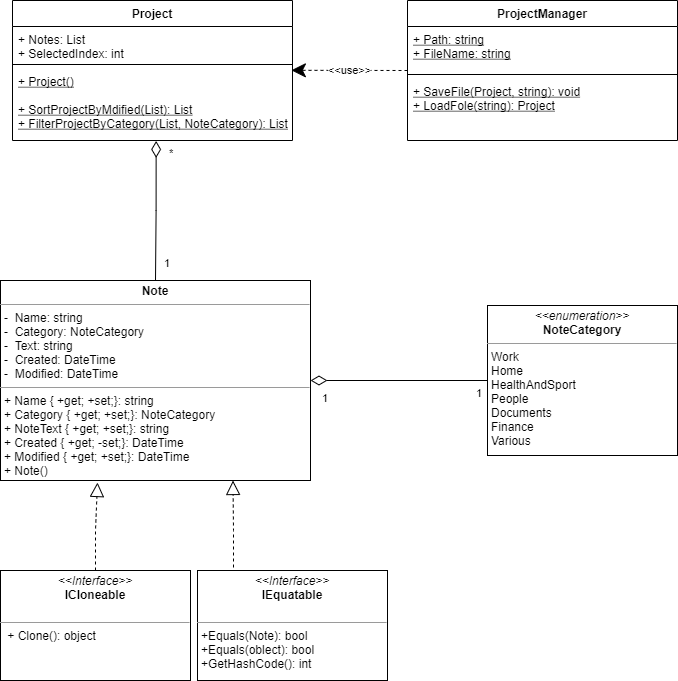
Before: doc/ClassesDiagram.png, a diagram exported from draw.io (CyberAndrey77/NoteAppNTVP). Source tidied: cells renumbered, new cells last; positions are measured from the earlier drawing's top-left corner, leaving out a move shared by most shapes.
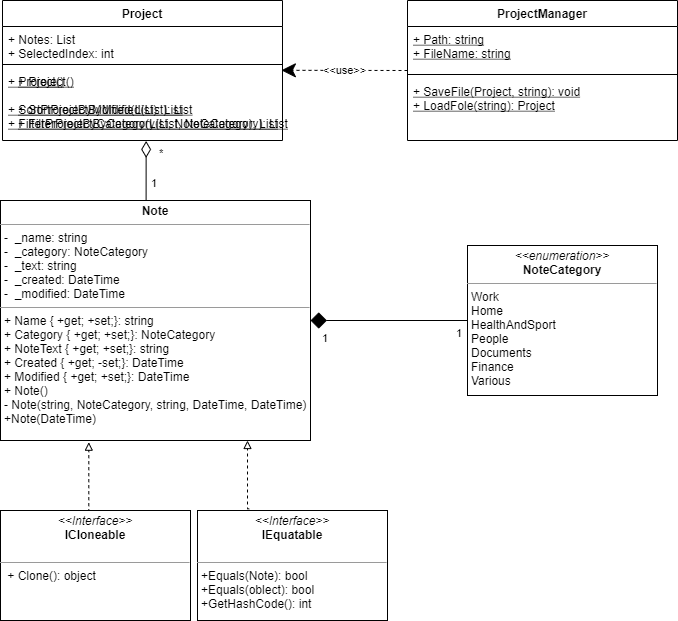
Above is the later version.

The edit, as a diff of the source:
```diff
@@ -2,17 +2,26 @@
   <root>
     <mxCell id="0" />
     <mxCell id="1" parent="0" />
-    <mxCell id="2" value="&lt;p style=&quot;margin: 0px ; margin-top: 4px ; text-align: center&quot;&gt;&lt;b&gt;Note&lt;/b&gt;&lt;/p&gt;&lt;hr size=&quot;1&quot;&gt;&lt;p style=&quot;margin: 0px ; margin-left: 4px&quot;&gt;-&amp;nbsp; Name: string&lt;/p&gt;&lt;p style=&quot;margin: 0px ; margin-left: 4px&quot;&gt;-&amp;nbsp; Category: NoteCategory&lt;br&gt;&lt;/p&gt;&lt;p style=&quot;margin: 0px ; margin-left: 4px&quot;&gt;-&amp;nbsp; Text: string&lt;br&gt;&lt;/p&gt;&lt;p style=&quot;margin: 0px ; margin-left: 4px&quot;&gt;-&amp;nbsp; Created: DateTime&lt;/p&gt;&lt;p style=&quot;margin: 0px ; margin-left: 4px&quot;&gt;-&amp;nbsp; Modified: DateTime&lt;/p&gt;&lt;hr size=&quot;1&quot;&gt;&lt;p style=&quot;margin: 0px 0px 0px 4px&quot;&gt;+ Name { +get; +set;}: string&lt;/p&gt;&lt;p style=&quot;margin: 0px 0px 0px 4px&quot;&gt;+ Category { +get; +set;}: NoteCategory&lt;/p&gt;&lt;p style=&quot;margin: 0px 0px 0px 4px&quot;&gt;+ NoteText { +get; +set;}: string&lt;/p&gt;&lt;p style=&quot;margin: 0px 0px 0px 4px&quot;&gt;+ Created { +get; -set;}: DateTime&lt;/p&gt;&lt;p style=&quot;margin: 0px 0px 0px 4px&quot;&gt;+ Modified { +get; +set;}: DateTime&lt;/p&gt;&lt;p style=&quot;margin: 0px 0px 0px 4px&quot;&gt;+ Note()&lt;/p&gt;&lt;p style=&quot;margin: 0px 0px 0px 4px&quot;&gt;- Note(string, NoteCategory, string, DateTime, DateTime)&lt;/p&gt;&lt;p style=&quot;margin: 0px 0px 0px 4px&quot;&gt;+Note(DateTime)&lt;/p&gt;&lt;p style=&quot;margin: 0px 0px 0px 4px&quot;&gt;&lt;br&gt;&lt;/p&gt;" style="verticalAlign=top;align=left;overflow=fill;fontSize=12;fontFamily=Helvetica;html=1;" parent="1" vertex="1">
-      <mxGeometry y="280" width="310" height="200" as="geometry" />
+    <mxCell id="2" value="&lt;p style=&quot;margin: 0px ; margin-top: 4px ; text-align: center&quot;&gt;&lt;b&gt;Note&lt;/b&gt;&lt;/p&gt;&lt;hr size=&quot;1&quot;&gt;&lt;p style=&quot;margin: 0px ; margin-left: 4px&quot;&gt;-&amp;nbsp; _name: string&lt;/p&gt;&lt;p style=&quot;margin: 0px ; margin-left: 4px&quot;&gt;-&amp;nbsp; _category: NoteCategory&lt;br&gt;&lt;/p&gt;&lt;p style=&quot;margin: 0px ; margin-left: 4px&quot;&gt;-&amp;nbsp; _text: string&lt;br&gt;&lt;/p&gt;&lt;p style=&quot;margin: 0px ; margin-left: 4px&quot;&gt;-&amp;nbsp; _created: DateTime&lt;/p&gt;&lt;p style=&quot;margin: 0px ; margin-left: 4px&quot;&gt;-&amp;nbsp; _modified: DateTime&lt;/p&gt;&lt;hr size=&quot;1&quot;&gt;&lt;p style=&quot;margin: 0px 0px 0px 4px&quot;&gt;+ Name { +get; +set;}: string&lt;/p&gt;&lt;p style=&quot;margin: 0px 0px 0px 4px&quot;&gt;+ Category { +get; +set;}: NoteCategory&lt;/p&gt;&lt;p style=&quot;margin: 0px 0px 0px 4px&quot;&gt;+ NoteText { +get; +set;}: string&lt;/p&gt;&lt;p style=&quot;margin: 0px 0px 0px 4px&quot;&gt;+ Created { +get; -set;}: DateTime&lt;/p&gt;&lt;p style=&quot;margin: 0px 0px 0px 4px&quot;&gt;+ Modified { +get; +set;}: DateTime&lt;/p&gt;&lt;p style=&quot;margin: 0px 0px 0px 4px&quot;&gt;+ Note()&lt;/p&gt;&lt;p style=&quot;margin: 0px 0px 0px 4px&quot;&gt;- Note(string, NoteCategory, string, DateTime, DateTime)&lt;/p&gt;&lt;p style=&quot;margin: 0px 0px 0px 4px&quot;&gt;+Note(DateTime)&lt;/p&gt;&lt;p style=&quot;margin: 0px 0px 0px 4px&quot;&gt;&lt;br&gt;&lt;/p&gt;" style="verticalAlign=top;align=left;overflow=fill;fontSize=12;fontFamily=Helvetica;html=1;" parent="1" vertex="1">
+      <mxGeometry y="200" width="310" height="240" as="geometry" />
     </mxCell>
     <mxCell id="3" value="&lt;p style=&quot;margin: 0px ; margin-top: 4px ; text-align: center&quot;&gt;&lt;i&gt;&amp;lt;&amp;lt;enumeration&amp;gt;&amp;gt;&lt;/i&gt;&lt;br&gt;&lt;b&gt;NoteCategory&lt;/b&gt;&lt;/p&gt;&lt;hr size=&quot;1&quot;&gt;&lt;p style=&quot;margin: 0px 0px 0px 4px&quot;&gt;Work&lt;/p&gt;&lt;p style=&quot;margin: 0px 0px 0px 4px&quot;&gt;&lt;span&gt;Home&lt;/span&gt;&lt;/p&gt;&lt;p style=&quot;margin: 0px 0px 0px 4px&quot;&gt;&lt;span&gt;HealthAndSport&lt;/span&gt;&lt;/p&gt;&lt;p style=&quot;margin: 0px 0px 0px 4px&quot;&gt;&lt;span&gt;People&lt;/span&gt;&lt;/p&gt;&lt;p style=&quot;margin: 0px 0px 0px 4px&quot;&gt;&lt;span&gt;Documents&lt;/span&gt;&lt;/p&gt;&lt;p style=&quot;margin: 0px 0px 0px 4px&quot;&gt;&lt;span&gt;Finance&lt;/span&gt;&lt;/p&gt;&lt;p style=&quot;margin: 0px 0px 0px 4px&quot;&gt;&lt;span&gt;Various&lt;/span&gt;&lt;/p&gt;&lt;p style=&quot;margin: 0px ; margin-left: 4px&quot;&gt;&lt;br&gt;&lt;/p&gt;" style="verticalAlign=top;align=left;overflow=fill;fontSize=12;fontFamily=Helvetica;html=1;" parent="1" vertex="1">
-      <mxGeometry x="487" y="305" width="190" height="150" as="geometry" />
+      <mxGeometry x="467" y="245" width="190" height="150" as="geometry" />
     </mxCell>
+    <mxCell id="23" style="edgeStyle=orthogonalEdgeStyle;rounded=0;orthogonalLoop=1;jettySize=auto;html=1;exitX=0.5;exitY=0;exitDx=0;exitDy=0;entryX=0.301;entryY=1.007;entryDx=0;entryDy=0;entryPerimeter=0;endArrow=block;endFill=0;dashed=1;" parent="1" edge="1">
+      <mxGeometry relative="1" as="geometry">
+        <mxPoint x="90" y="510" as="sourcePoint" />
+        <mxPoint x="88.3" y="441.7" as="targetPoint" />
+        <Array as="points">
+          <mxPoint x="88" y="510" />
+        </Array>
+      </mxGeometry>
+    </mxCell>
     <mxCell id="4" value="&lt;p style=&quot;margin: 0px ; margin-top: 4px ; text-align: center&quot;&gt;&lt;i&gt;&amp;lt;&amp;lt;Interface&amp;gt;&amp;gt;&lt;/i&gt;&lt;br&gt;&lt;b&gt;ICloneable&lt;/b&gt;&lt;/p&gt;&lt;br&gt;&lt;hr size=&quot;1&quot;&gt;&lt;p style=&quot;margin: 0px ; margin-left: 4px&quot;&gt;&amp;nbsp;+ Clone(): object&lt;/p&gt;" style="verticalAlign=top;align=left;overflow=fill;fontSize=12;fontFamily=Helvetica;html=1;" parent="1" vertex="1">
-      <mxGeometry y="570" width="190" height="110" as="geometry" />
+      <mxGeometry y="510" width="190" height="110" as="geometry" />
     </mxCell>
     <mxCell id="5" value="Project" style="swimlane;fontStyle=1;align=center;verticalAlign=top;horizontal=1;startSize=26;" parent="1" vertex="1">
-      <mxGeometry x="12" width="280" height="140" as="geometry" />
+      <mxGeometry x="2" width="280" height="140" as="geometry" />
     </mxCell>
     <mxCell id="6" value="+ Notes: List&#10;+ SelectedIndex: int" style="text;strokeColor=none;fillColor=none;align=left;verticalAlign=top;spacingLeft=4;spacingRight=4;overflow=hidden;" parent="5" vertex="1">
       <mxGeometry y="26" width="280" height="34" as="geometry" />
@@ -36,9 +45,9 @@
       <mxGeometry y="78" width="270" height="62" as="geometry" />
     </mxCell>
     <mxCell id="13" value="&lt;p style=&quot;margin: 0px ; margin-top: 4px ; text-align: center&quot;&gt;&lt;i&gt;&amp;lt;&amp;lt;Interface&amp;gt;&amp;gt;&lt;/i&gt;&lt;br&gt;&lt;b&gt;IEquatable&lt;/b&gt;&lt;/p&gt;&lt;br&gt;&lt;hr size=&quot;1&quot;&gt;&lt;p style=&quot;margin: 0px 0px 0px 4px&quot;&gt;+Equals(Note): bool&lt;/p&gt;&lt;p style=&quot;margin: 0px 0px 0px 4px&quot;&gt;+Equals(oblect): bool&lt;/p&gt;&lt;p style=&quot;margin: 0px 0px 0px 4px&quot;&gt;+GetHashCode(): int&lt;/p&gt;" style="verticalAlign=top;align=left;overflow=fill;fontSize=12;fontFamily=Helvetica;html=1;" parent="1" vertex="1">
-      <mxGeometry x="197" y="570" width="190" height="110" as="geometry" />
+      <mxGeometry x="197" y="510" width="190" height="110" as="geometry" />
     </mxCell>
-    <mxCell id="14" style="endArrow=none;html=1;endSize=12;startArrow=diamondThin;startSize=14;startFill=0;edgeStyle=orthogonalEdgeStyle;exitX=1;exitY=0.5;exitDx=0;exitDy=0;entryX=0;entryY=0.5;entryDx=0;entryDy=0;endFill=0;" parent="1" edge="1" source="2" target="3">
+    <mxCell id="14" style="endArrow=none;html=1;endSize=12;startArrow=diamond;startSize=14;startFill=1;edgeStyle=orthogonalEdgeStyle;exitX=1;exitY=0.5;exitDx=0;exitDy=0;entryX=0;entryY=0.5;entryDx=0;entryDy=0;endFill=0;" parent="1" edge="1" source="2" target="3">
       <mxGeometry relative="1" as="geometry" />
     </mxCell>
     <mxCell id="15" value="1" style="edgeLabel;html=1;align=left;verticalAlign=top;" parent="14" vertex="1">
@@ -52,7 +61,11 @@
       </mxGeometry>
     </mxCell>
     <mxCell id="17" style="endArrow=none;html=1;endSize=12;startArrow=diamondThin;startSize=14;startFill=0;edgeStyle=orthogonalEdgeStyle;strokeWidth=1;entryX=0.5;entryY=0;entryDx=0;entryDy=0;exitX=0.513;exitY=1.006;exitDx=0;exitDy=0;exitPerimeter=0;endFill=0;rounded=0;" parent="1" edge="1" source="8" target="2">
-      <mxGeometry relative="1" as="geometry" />
+      <mxGeometry relative="1" as="geometry">
+        <Array as="points">
+          <mxPoint x="146" y="200" />
+        </Array>
+      </mxGeometry>
     </mxCell>
     <mxCell id="18" value="*" style="edgeLabel;html=1;align=left;verticalAlign=top;" parent="17" vertex="1">
       <mxGeometry x="-1" relative="1" as="geometry">
@@ -61,27 +74,23 @@
     </mxCell>
     <mxCell id="19" value="1" style="edgeLabel;html=1;align=right;verticalAlign=top;" parent="17" vertex="1">
       <mxGeometry x="1" relative="1" as="geometry">
-        <mxPoint x="15" y="-30" as="offset" />
+        <mxPoint x="2" y="-30" as="offset" />
       </mxGeometry>
     </mxCell>
     <mxCell id="20" value="&amp;lt;&amp;lt;use&amp;gt;&amp;gt;" style="endArrow=classic;endSize=12;dashed=1;html=1;strokeWidth=1;exitX=0;exitY=0.5;exitDx=0;exitDy=0;entryX=0.996;entryY=0.025;entryDx=0;entryDy=0;entryPerimeter=0;endFill=1;" parent="1" edge="1" source="9" target="8">
       <mxGeometry relative="1" as="geometry" />
     </mxCell>
-    <mxCell id="21" style="endArrow=block;dashed=1;endFill=0;endSize=12;html=1;strokeWidth=1;exitX=0.5;exitY=0;exitDx=0;exitDy=0;rounded=0;" parent="1" edge="1" source="4">
-      <mxGeometry relative="1" as="geometry">
-        <mxPoint x="97" y="482" as="targetPoint" />
-        <Array as="points">
-          <mxPoint x="95" y="530" />
-        </Array>
-      </mxGeometry>
-    </mxCell>
-    <mxCell id="22" style="endArrow=block;dashed=1;endFill=0;endSize=12;html=1;strokeWidth=1;rounded=0;entryX=0.75;entryY=1;entryDx=0;entryDy=0;" parent="1" edge="1" target="2">
-      <mxGeometry relative="1" as="geometry">
-        <mxPoint x="233" y="567" as="sourcePoint" />
-        <Array as="points">
-          <mxPoint x="233" y="530" />
-        </Array>
-      </mxGeometry>
-    </mxCell>
+    <mxCell id="24" style="edgeStyle=orthogonalEdgeStyle;rounded=0;orthogonalLoop=1;jettySize=auto;html=1;exitX=0.5;exitY=0;exitDx=0;exitDy=0;entryX=0.301;entryY=1.007;entryDx=0;entryDy=0;entryPerimeter=0;endArrow=block;endFill=0;dashed=1;" parent="1" edge="1">
+      <mxGeometry relative="1" as="geometry">
+        <mxPoint x="248.7" y="508.3" as="sourcePoint" />
+        <mxPoint x="247" y="440" as="targetPoint" />
+        <Array as="points">
+          <mxPoint x="246.7" y="508.3" />
+        </Array>
+      </mxGeometry>
+    </mxCell>
+    <mxCell id="25" value="+ Project()&#10;&#10;+ SortProjectByMdified(List): List&#10;+ FilterProjectByCategory(List, NoteCategory): List" style="text;strokeColor=none;fillColor=none;align=left;verticalAlign=top;spacingLeft=4;spacingRight=4;overflow=hidden;fontStyle=4;" parent="1" vertex="1">
+      <mxGeometry x="12" y="68" width="280" height="72" as="geometry" />
+    </mxCell>
   </root>
 </mxGraphModel>
```
